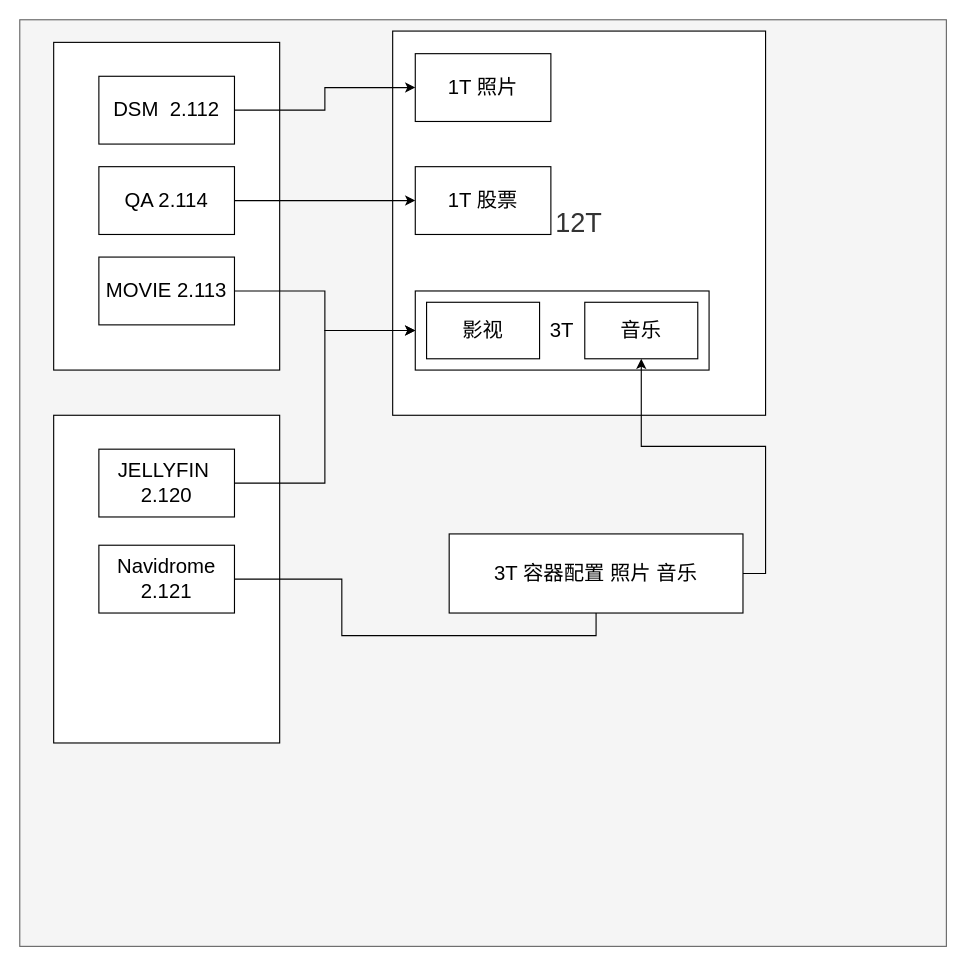
This is src/pve拓扑.drawio from yehonghao/draw, a draw.io file, before an edit. Source tidied: cells renumbered, new cells numbered last; positions are measured from the earlier drawing's top-left corner, leaving out a move shared by most shapes. Both pictures are drawn from the tidied source at 113%, with x=0, y=0 at pixel (19, 19).
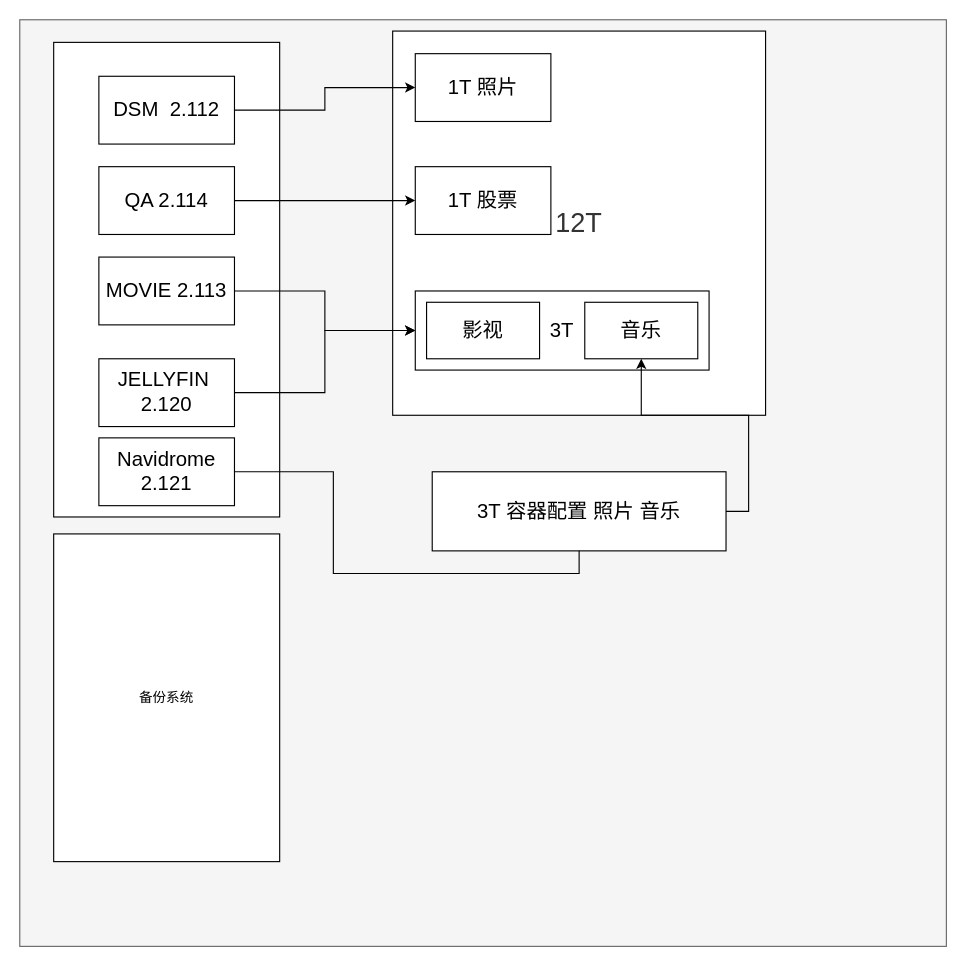
The same page after the edit.

The edit, as a diff of the source:
```diff
@@
     <mxCell id="4" style="rounded=0;whiteSpace=wrap;html=1;" parent="1" vertex="1">
-      <mxGeometry x="30" y="20" width="200" height="290" as="geometry" />
+      <mxGeometry x="30" y="20" width="200" height="420" as="geometry" />
     </mxCell>
@@
-    <mxCell id="9" style="rounded=0;whiteSpace=wrap;html=1;" parent="1" vertex="1">
-      <mxGeometry x="30" y="350" width="200" height="290" as="geometry" />
+    <mxCell id="9" value="备份系统" style="rounded=0;whiteSpace=wrap;html=1;" parent="1" vertex="1">
+      <mxGeometry x="30" y="455" width="200" height="290" as="geometry" />
     </mxCell>
@@
     <mxCell id="11" value="JELLYFIN&amp;nbsp; 2.120" style="rounded=0;whiteSpace=wrap;html=1;fontSize=18;" parent="1" vertex="1">
-      <mxGeometry x="70" y="380" width="120" height="60" as="geometry" />
+      <mxGeometry x="70" y="300" width="120" height="60" as="geometry" />
     </mxCell>
@@
     <mxCell id="19" value="Navidrome&lt;br&gt;2.121" style="rounded=0;whiteSpace=wrap;html=1;fontSize=18;" parent="1" vertex="1">
-      <mxGeometry x="70" y="465" width="120" height="60" as="geometry" />
+      <mxGeometry x="70" y="370" width="120" height="60" as="geometry" />
     </mxCell>
@@
     <mxCell id="21" value="3T 容器配置 照片 音乐" style="rounded=0;whiteSpace=wrap;html=1;fontSize=18;" parent="1" vertex="1">
-      <mxGeometry x="380" y="455" width="260" height="70" as="geometry" />
+      <mxGeometry x="365" y="400" width="260" height="70" as="geometry" />
     </mxCell>
```
